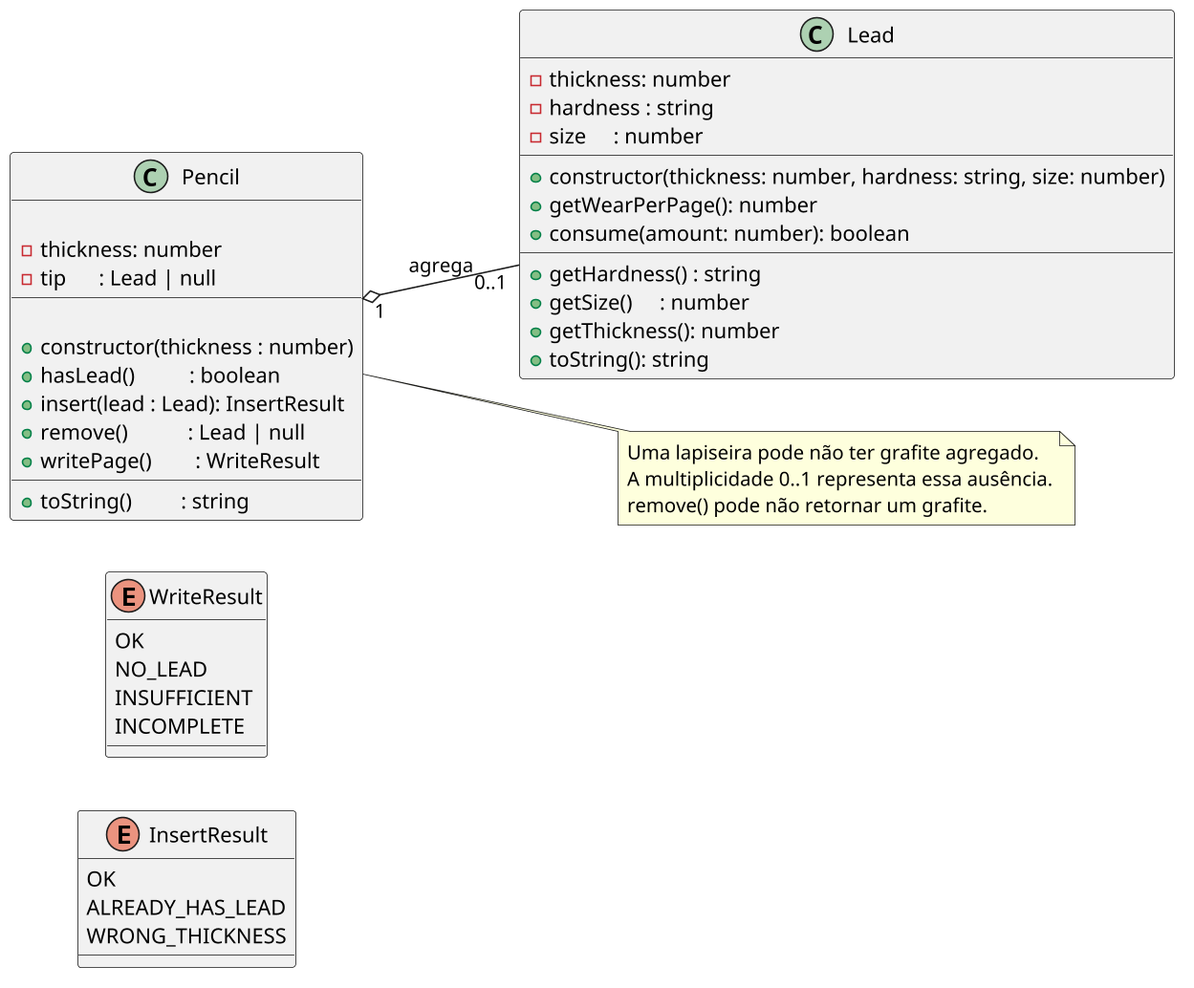
Before: labs/grafite/assets/diagrama.png, a diagram exported from PlantUML (qxcodepoo/arcade).
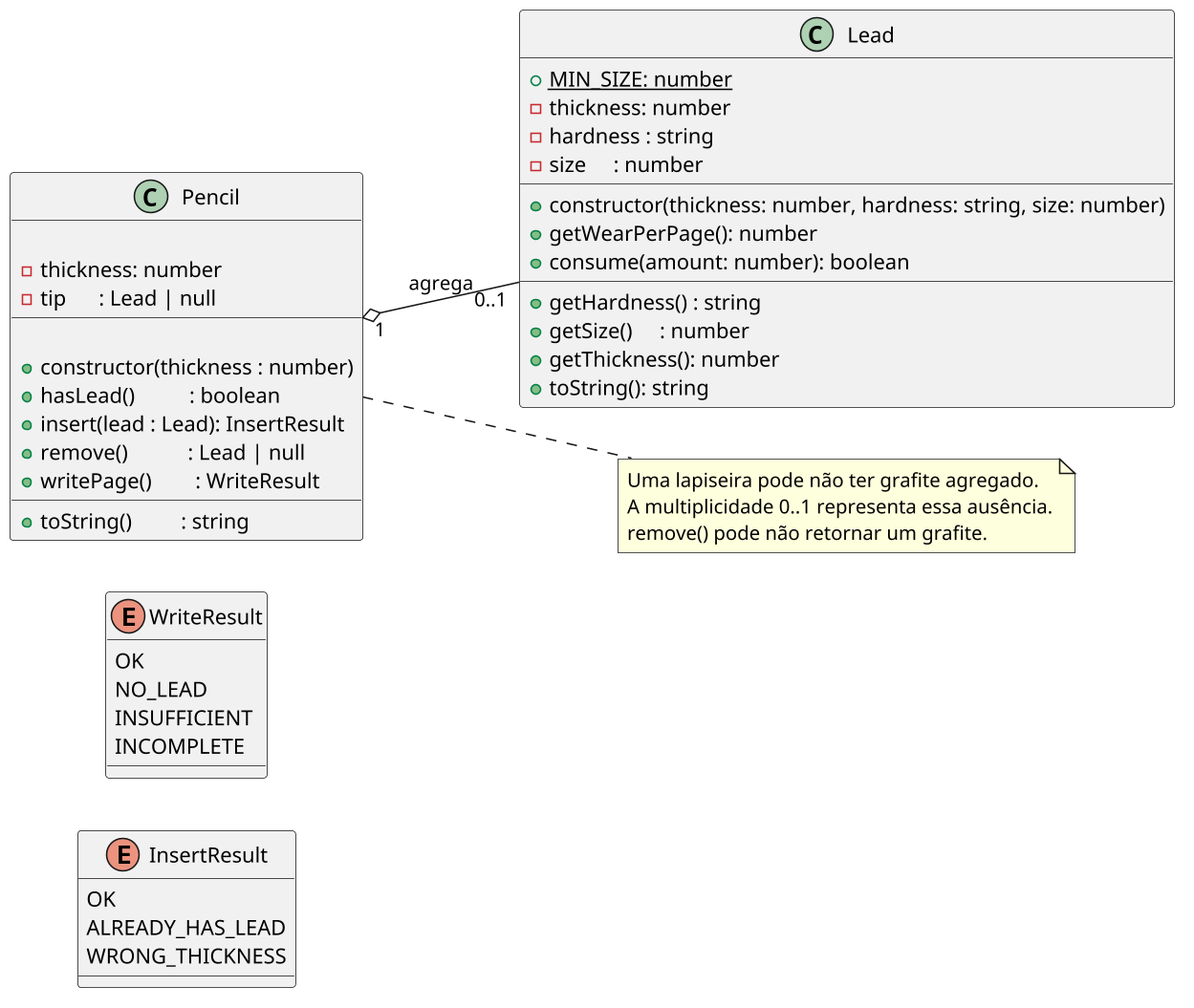
Later version of the same file.

Diff of the diagram source:
```diff
@@ -17,6 +17,7 @@
 }
 
 class Lead {
+    {static} + MIN_SIZE: number
     - thickness: number
     - hardness : string
     - size     : number
```
